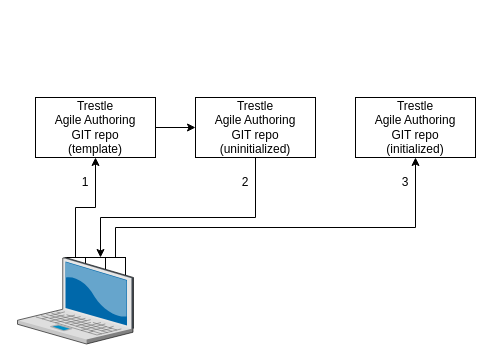
oscal-compass/compliance-trestle-agile-authoring keeps this draw.io diagram as drawio/onetime-setup.drawio. Above is the earlier version. Source tidied: cells renumbered, new cells numbered last; positions are measured from the earlier drawing's top-left corner, leaving out a move shared by most shapes. Both pictures are drawn from the tidied source at 100%, with x=0, y=0 at pixel (17, 97).
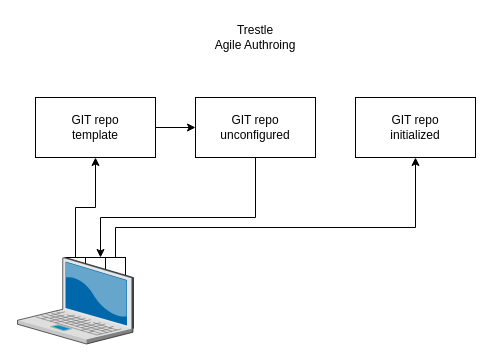
Above is the later version.

Diff of the diagram source:
```diff
@@
 <mxGraphModel>
   <root>
     <mxCell id="0" />
     <mxCell id="1" parent="0" />
     <mxCell id="2" style="rounded=0;whiteSpace=wrap;html=1;" parent="1" vertex="1">
       <mxGeometry x="88" y="160" width="20" height="20" as="geometry" />
     </mxCell>
     <mxCell id="3" style="rounded=0;whiteSpace=wrap;html=1;" parent="1" vertex="1">
       <mxGeometry x="68" y="160" width="20" height="20" as="geometry" />
     </mxCell>
     <mxCell id="4" style="rounded=0;whiteSpace=wrap;html=1;" parent="1" vertex="1">
       <mxGeometry x="48" y="160" width="20" height="20" as="geometry" />
     </mxCell>
     <mxCell id="5" style="edgeStyle=orthogonalEdgeStyle;rounded=0;jettySize=auto;html=1;exitX=0.5;exitY=0;exitDx=0;exitDy=0;entryX=0.5;entryY=1;entryDx=0;entryDy=0;" parent="1" edge="1" source="4" target="7">
       <mxGeometry relative="1" as="geometry" />
     </mxCell>
     <mxCell id="6" style="edgeStyle=orthogonalEdgeStyle;rounded=0;jettySize=auto;html=1;exitX=1;exitY=0.5;exitDx=0;exitDy=0;entryX=0;entryY=0.5;entryDx=0;entryDy=0;" parent="1" edge="1" source="7" target="11">
       <mxGeometry relative="1" as="geometry" />
     </mxCell>
-    <mxCell id="7" value="Trestle&lt;br&gt;Agile Authoring&lt;br&gt;GIT repo&lt;br&gt;(template)" style="rounded=0;whiteSpace=wrap;html=1;" parent="1" vertex="1">
+    <mxCell id="7" value="GIT repo&lt;br&gt;template" style="rounded=0;whiteSpace=wrap;html=1;" parent="1" vertex="1">
       <mxGeometry x="18" width="120" height="60" as="geometry" />
     </mxCell>
     <mxCell id="8" style="edgeStyle=orthogonalEdgeStyle;rounded=0;jettySize=auto;html=1;exitX=0.5;exitY=0;exitDx=0;exitDy=0;entryX=0.5;entryY=1;entryDx=0;entryDy=0;" parent="1" edge="1" source="2" target="9">
       <mxGeometry relative="1" as="geometry">
         <Array as="points">
           <mxPoint x="98" y="130" />
           <mxPoint x="398" y="130" />
         </Array>
       </mxGeometry>
     </mxCell>
-    <mxCell id="9" value="Trestle&lt;br&gt;Agile Authoring&lt;br&gt;GIT repo&lt;br&gt;(initialized)" style="rounded=0;whiteSpace=wrap;html=1;" parent="1" vertex="1">
+    <mxCell id="9" value="GIT repo&lt;br&gt;initialized" style="rounded=0;whiteSpace=wrap;html=1;" parent="1" vertex="1">
       <mxGeometry x="338" width="120" height="60" as="geometry" />
     </mxCell>
     <mxCell id="10" style="edgeStyle=orthogonalEdgeStyle;rounded=0;jettySize=auto;html=1;exitX=0.5;exitY=1;exitDx=0;exitDy=0;entryX=0.75;entryY=0;entryDx=0;entryDy=0;" parent="1" edge="1" source="11" target="3">
       <mxGeometry relative="1" as="geometry">
         <Array as="points">
           <mxPoint x="238" y="120" />
           <mxPoint x="83" y="120" />
         </Array>
       </mxGeometry>
     </mxCell>
-    <mxCell id="11" value="Trestle&lt;br&gt;Agile Authoring&lt;br&gt;GIT repo&lt;br&gt;(uninitialized)" style="rounded=0;whiteSpace=wrap;html=1;" parent="1" vertex="1">
+    <mxCell id="11" value="GIT repo&lt;br&gt;unconfigured" style="rounded=0;whiteSpace=wrap;html=1;" parent="1" vertex="1">
       <mxGeometry x="178" width="120" height="60" as="geometry" />
     </mxCell>
     <mxCell id="12" style="verticalLabelPosition=bottom;sketch=0;html=1;verticalAlign=top;strokeColor=none;align=center;shape=mxgraph.citrix.laptop_2;" parent="1" vertex="1">
       <mxGeometry y="160" width="116" height="86.5" as="geometry" />
     </mxCell>
-    <mxCell id="13" value="3" style="text;html=1;strokeColor=none;fillColor=none;align=center;verticalAlign=middle;whiteSpace=wrap;rounded=0;" parent="1" vertex="1">
-      <mxGeometry x="358" y="70" width="60" height="30" as="geometry" />
-    </mxCell>
-    <mxCell id="14" value="2" style="text;html=1;strokeColor=none;fillColor=none;align=center;verticalAlign=middle;whiteSpace=wrap;rounded=0;" parent="1" vertex="1">
-      <mxGeometry x="198" y="70" width="60" height="30" as="geometry" />
-    </mxCell>
-    <mxCell id="15" value="1" style="text;html=1;strokeColor=none;fillColor=none;align=center;verticalAlign=middle;whiteSpace=wrap;rounded=0;" parent="1" vertex="1">
-      <mxGeometry x="38" y="70" width="60" height="30" as="geometry" />
-    </mxCell>
+    <mxCell id="16" value="Trestle&lt;br&gt;Agile Authroing" style="text;html=1;strokeColor=none;fillColor=none;align=center;verticalAlign=middle;whiteSpace=wrap;rounded=0;" parent="1" vertex="1">
+      <mxGeometry x="178" y="-80" width="120" height="40" as="geometry" />
+    </mxCell>
   </root>
 </mxGraphModel>
```
